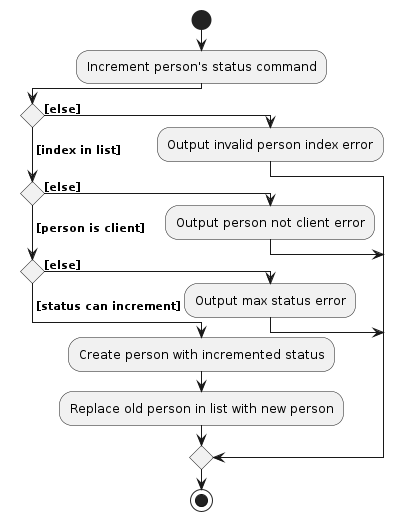
AY2324S2-CS2103T-T13-3/tp keeps this PlantUML diagram as diagrams/IncrementClientStatusActivityDiagram.png. Above is the earlier version. Its source is kept beside it as diagrams/IncrementClientStatusActivityDiagram.puml.
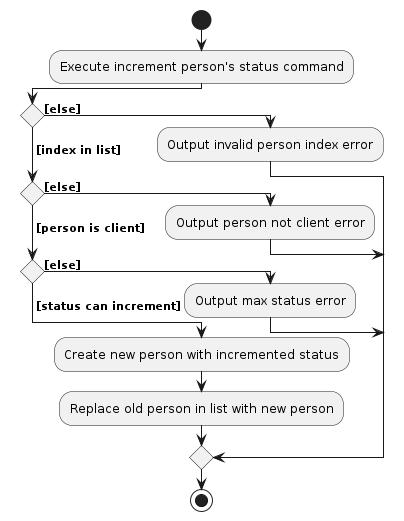
After the change.

Change to the diagram source:
```diff
@@ -6,7 +6,7 @@
 skinparam ClassBackgroundColor #FFFFAA
 
 start
-:Increment person's status command;
+:Execute increment person's status command;
 if () then ([else])
     :Output invalid person index error;
 ( [index in list]) elseif () then ([else])
@@ -14,7 +14,7 @@
 ( [person is client]) elseif () then ([else])
     :Output max status error;
 else ( [status can increment])
-    :Create person with incremented status;
+    :Create new person with incremented status;
 :Replace old person in list with new person;
 endif
 stop
```
